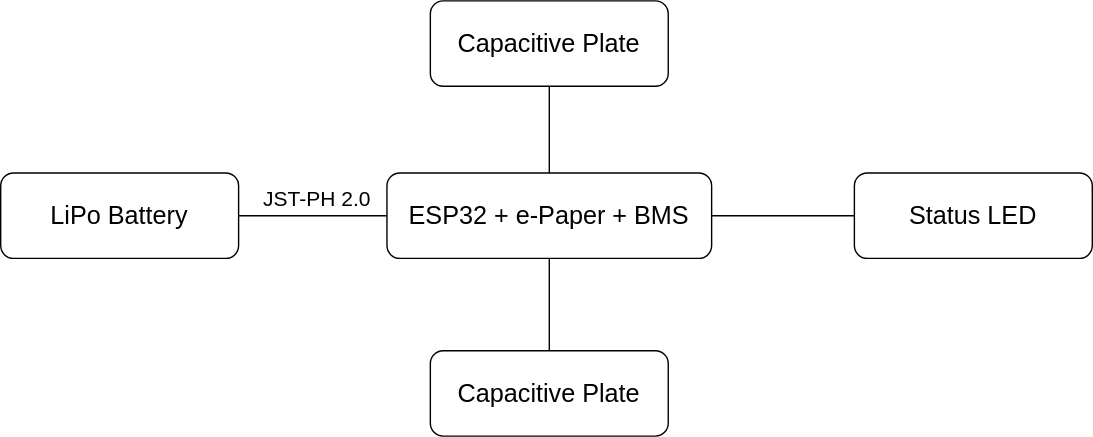
Earlier version of the draw.io export SailTrack Monitor/hardware-diagram.svg (metisvela/sailtrack). Source tidied: cells renumbered, new cells last; positions are measured from the earlier drawing's top-left corner, leaving out a move shared by most shapes.
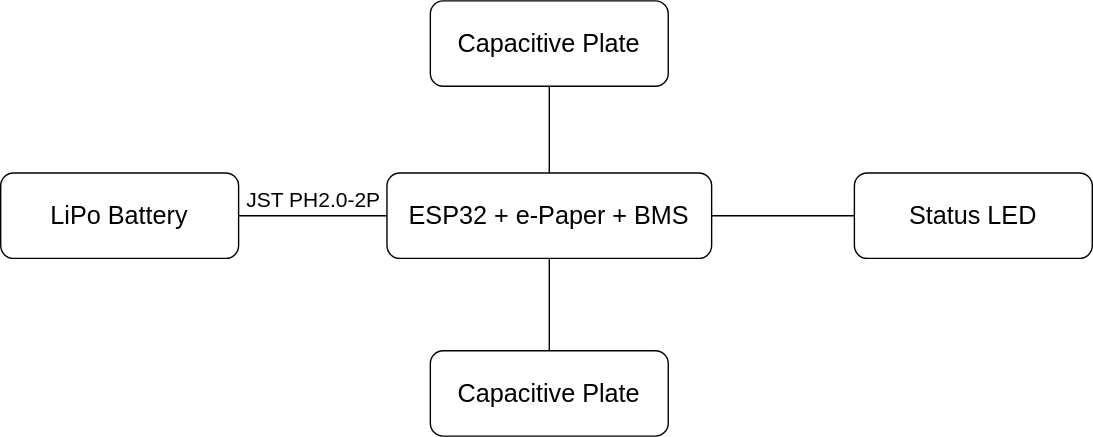
After the change.

The edit, as a diff of the source:
```diff
@@ -11,9 +11,9 @@
     <mxCell id="4" style="edgeStyle=orthogonalEdgeStyle;rounded=0;jettySize=auto;html=1;exitX=0;exitY=0.5;exitDx=0;exitDy=0;entryX=1;entryY=0.5;entryDx=0;entryDy=0;endArrow=none;endFill=0;" parent="1" edge="1" source="6" target="7">
       <mxGeometry relative="1" as="geometry" />
     </mxCell>
-    <mxCell id="5" value="JST-PH 2.0" style="edgeLabel;html=1;align=left;verticalAlign=bottom;fontSize=15;" parent="4" vertex="1">
+    <mxCell id="5" value="JST PH2.0-2P" style="edgeLabel;html=1;align=left;verticalAlign=bottom;fontSize=15;" parent="4" vertex="1">
       <mxGeometry x="-0.04" y="4" relative="1" as="geometry">
-        <mxPoint x="-39" y="-5.5" as="offset" />
+        <mxPoint x="-51" y="-5" as="offset" />
       </mxGeometry>
     </mxCell>
     <mxCell id="6" value="ESP32 + e-Paper + BMS" style="rounded=1;whiteSpace=wrap;html=1;fontSize=18;" parent="1" vertex="1">
```
